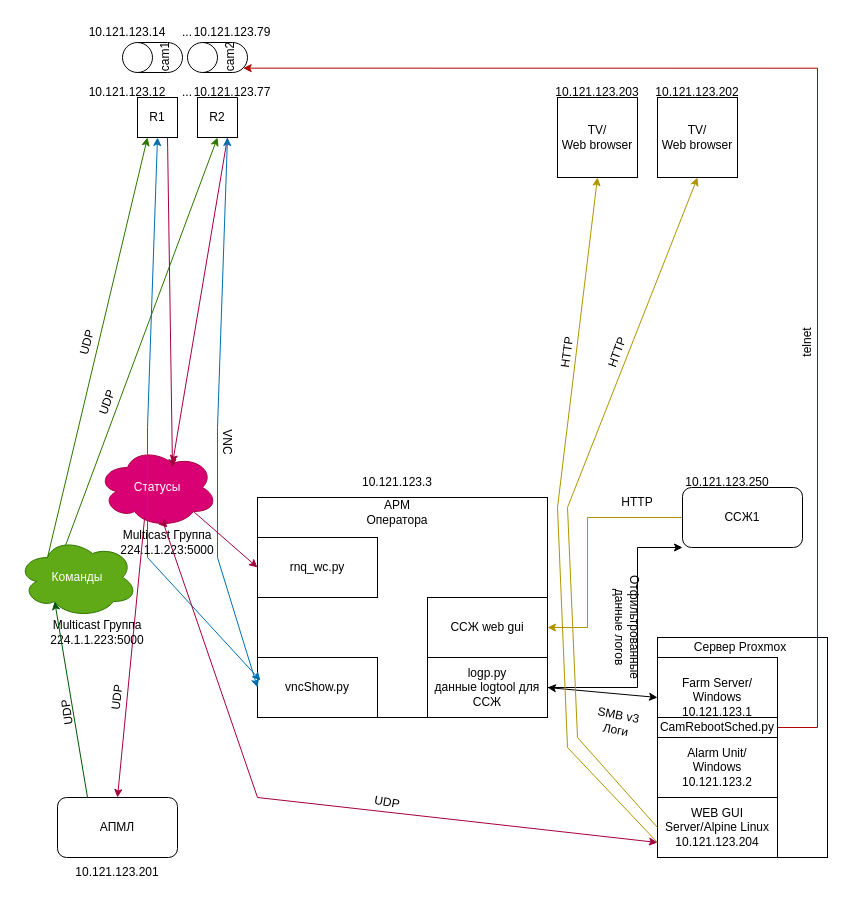
Before: Urozhay.drawio in megavad/Diagrams, a draw.io diagram. Source tidied: cells renumbered, new cells numbered last; positions are measured from the earlier drawing's top-left corner, leaving out a move shared by most shapes. Both pictures are drawn from the tidied source at 100%, with x=0, y=0 at pixel (17, 17).
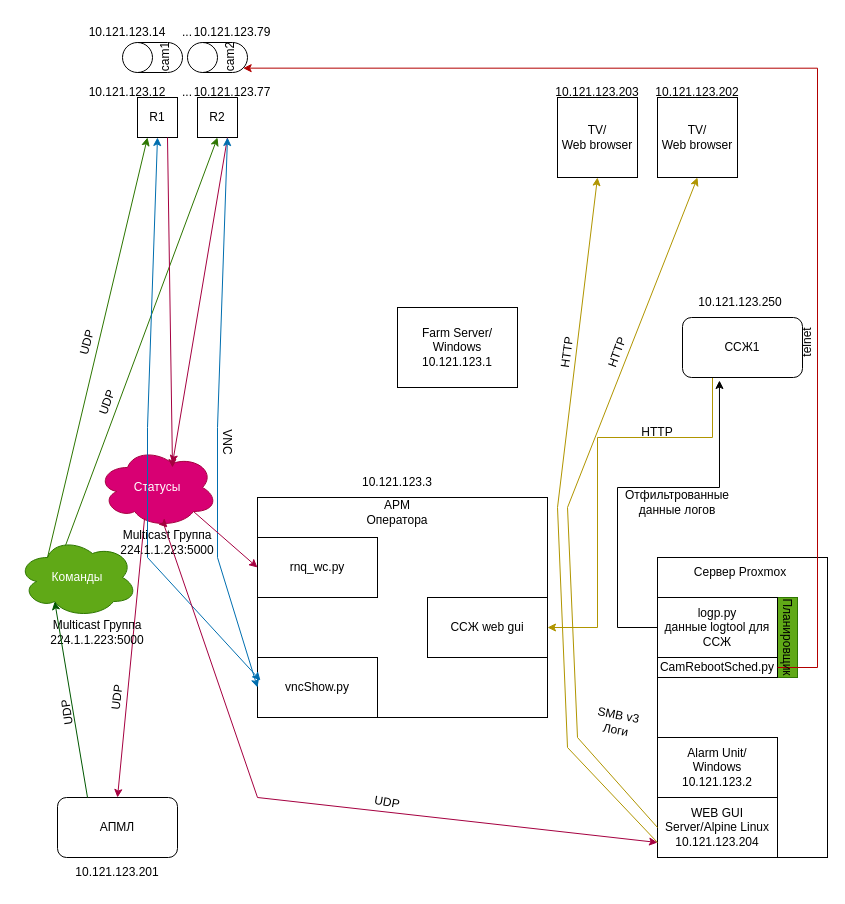
After the change.

Unchanged cells that the change refers to:
```xml
<mxCell id="31" value="ССЖ web gui" style="rounded=0;whiteSpace=wrap;html=1;" parent="1" vertex="1">
  <mxGeometry x="410" y="580" width="120" height="60" as="geometry" />
</mxCell>
<mxCell id="35" value="cam2" style="shape=cylinder3;whiteSpace=wrap;html=1;boundedLbl=1;backgroundOutline=1;size=15;rotation=-90;" parent="1" vertex="1">
  <mxGeometry x="185" y="10" width="30" height="60" as="geometry" />
</mxCell>
```

Change to the diagram source:
```diff
@@
+    <mxCell id="9" style="rounded=0;whiteSpace=wrap;html=1;" parent="1" vertex="1">
+      <mxGeometry x="640" y="540" width="170" height="300" as="geometry" />
+    </mxCell>
+    <mxCell id="66" style="rounded=0;whiteSpace=wrap;html=1;fillColor=#60a917;fontColor=#ffffff;strokeColor=#2D7600;" parent="1" vertex="1">
+      <mxGeometry x="640" y="580" width="140" height="80" as="geometry" />
+    </mxCell>
@@
-    <mxCell id="7" style="edgeStyle=orthogonalEdgeStyle;rounded=0;jettySize=auto;html=1;entryX=1;entryY=0.5;entryDx=0;entryDy=0;fillColor=#e3c800;strokeColor=#B09500;" parent="1" edge="1" source="8" target="31">
+    <mxCell id="7" style="edgeStyle=orthogonalEdgeStyle;rounded=0;jettySize=auto;html=1;entryX=1;entryY=0.5;entryDx=0;entryDy=0;fillColor=#e3c800;strokeColor=#B09500;exitX=0.25;exitY=1;exitDx=0;exitDy=0;" parent="1" edge="1" source="8" target="31">
       <mxGeometry relative="1" as="geometry">
         <Array as="points">
-          <mxPoint x="570" y="500" />
-          <mxPoint x="570" y="610" />
+          <mxPoint x="695" y="420" />
+          <mxPoint x="580" y="420" />
+          <mxPoint x="580" y="610" />
         </Array>
       </mxGeometry>
     </mxCell>
     <mxCell id="8" value="ССЖ1" style="rounded=1;whiteSpace=wrap;html=1;" parent="1" vertex="1">
-      <mxGeometry x="665" y="470" width="120" height="60" as="geometry" />
+      <mxGeometry x="665" y="300" width="120" height="60" as="geometry" />
     </mxCell>
-    <mxCell id="9" style="rounded=0;whiteSpace=wrap;html=1;" parent="1" vertex="1">
-      <mxGeometry x="640" y="620" width="170" height="220" as="geometry" />
-    </mxCell>
@@
     <mxCell id="16" value="Farm Server/&lt;div&gt;Windows&lt;/div&gt;&lt;div&gt;10.121.123.1&lt;/div&gt;" style="rounded=0;whiteSpace=wrap;html=1;" parent="1" vertex="1">
-      <mxGeometry x="640" y="640" width="120" height="80" as="geometry" />
+      <mxGeometry x="380" y="290" width="120" height="80" as="geometry" />
     </mxCell>
     <mxCell id="17" value="Сервер Proxmox" style="text;html=1;whiteSpace=wrap;strokeColor=none;fillColor=none;align=center;verticalAlign=middle;rounded=0;" parent="1" vertex="1">
-      <mxGeometry x="673" y="615" width="100" height="30" as="geometry" />
+      <mxGeometry x="673" y="540" width="100" height="30" as="geometry" />
     </mxCell>
@@
     <mxCell id="21" value="CamRebootSched.py" style="rounded=0;whiteSpace=wrap;html=1;" parent="1" vertex="1">
-      <mxGeometry x="640" y="700" width="120" height="20" as="geometry" />
+      <mxGeometry x="640" y="640" width="120" height="20" as="geometry" />
     </mxCell>
-    <mxCell id="22" style="edgeStyle=orthogonalEdgeStyle;rounded=0;jettySize=auto;html=1;entryX=0;entryY=1;entryDx=0;entryDy=0;" parent="1" edge="1" source="23" target="8">
-      <mxGeometry relative="1" as="geometry">
-        <Array as="points">
-          <mxPoint x="620" y="670" />
-          <mxPoint x="620" y="530" />
-        </Array>
-      </mxGeometry>
-    </mxCell>
     <mxCell id="23" value="logp.py&lt;div&gt;данные logtool для ССЖ&lt;/div&gt;" style="rounded=0;whiteSpace=wrap;html=1;" parent="1" vertex="1">
-      <mxGeometry x="410" y="640" width="120" height="60" as="geometry" />
+      <mxGeometry x="640" y="580" width="120" height="60" as="geometry" />
     </mxCell>
-    <mxCell id="24" style="endArrow=classic;startArrow=classic;html=1;rounded=0;entryX=0;entryY=0.5;entryDx=0;entryDy=0;exitX=1;exitY=0.5;exitDx=0;exitDy=0;" parent="1" edge="1" source="23" target="16">
-      <mxGeometry relative="1" as="geometry" />
-    </mxCell>
@@
-    <mxCell id="30" value="Отфильтрованные данные логов" style="text;html=1;whiteSpace=wrap;strokeColor=none;fillColor=none;align=center;verticalAlign=middle;rounded=0;rotation=90;" parent="1" vertex="1">
-      <mxGeometry x="580" y="595" width="60" height="30" as="geometry" />
-    </mxCell>
@@
     <mxCell id="41" style="edgeStyle=orthogonalEdgeStyle;rounded=0;jettySize=auto;html=1;exitX=1;exitY=0.5;exitDx=0;exitDy=0;entryX=0.145;entryY=1;entryDx=0;entryDy=-4.35;entryPerimeter=0;fillColor=#e51400;strokeColor=#B20000;" parent="1" edge="1" source="21" target="35">
       <mxGeometry relative="1" as="geometry">
         <Array as="points">
-          <mxPoint x="800" y="710" />
+          <mxPoint x="800" y="650" />
           <mxPoint x="800" y="51" />
         </Array>
       </mxGeometry>
     </mxCell>
@@
     <mxCell id="46" value="HTTP" style="text;html=1;whiteSpace=wrap;strokeColor=none;fillColor=none;align=center;verticalAlign=middle;rounded=0;" parent="1" vertex="1">
-      <mxGeometry x="590" y="470" width="60" height="30" as="geometry" />
+      <mxGeometry x="610" y="400" width="60" height="30" as="geometry" />
     </mxCell>
@@
     <mxCell id="54" value="10.121.123.250" style="text;html=1;whiteSpace=wrap;strokeColor=none;fillColor=none;align=center;verticalAlign=middle;rounded=0;" parent="1" vertex="1">
-      <mxGeometry x="680" y="450" width="60" height="30" as="geometry" />
+      <mxGeometry x="693" y="270" width="60" height="30" as="geometry" />
     </mxCell>
@@
+    <mxCell id="67" value="Планировщик" style="text;html=1;whiteSpace=wrap;strokeColor=none;fillColor=none;align=center;verticalAlign=middle;rounded=0;rotation=90;" parent="1" vertex="1">
+      <mxGeometry x="740" y="605" width="60" height="30" as="geometry" />
+    </mxCell>
+    <mxCell id="22" style="edgeStyle=orthogonalEdgeStyle;rounded=0;jettySize=auto;html=1;entryX=0.308;entryY=1.05;entryDx=0;entryDy=0;entryPerimeter=0;" parent="1" edge="1" source="23" target="8">
+      <mxGeometry relative="1" as="geometry">
+        <Array as="points">
+          <mxPoint x="600" y="610" />
+          <mxPoint x="600" y="470" />
+          <mxPoint x="702" y="470" />
+        </Array>
+      </mxGeometry>
+    </mxCell>
+    <mxCell id="30" value="Отфильтрованные данные логов" style="text;html=1;whiteSpace=wrap;strokeColor=none;fillColor=none;align=center;verticalAlign=middle;rounded=0;" parent="1" vertex="1">
+      <mxGeometry x="630" y="470" width="60" height="30" as="geometry" />
+    </mxCell>
```
